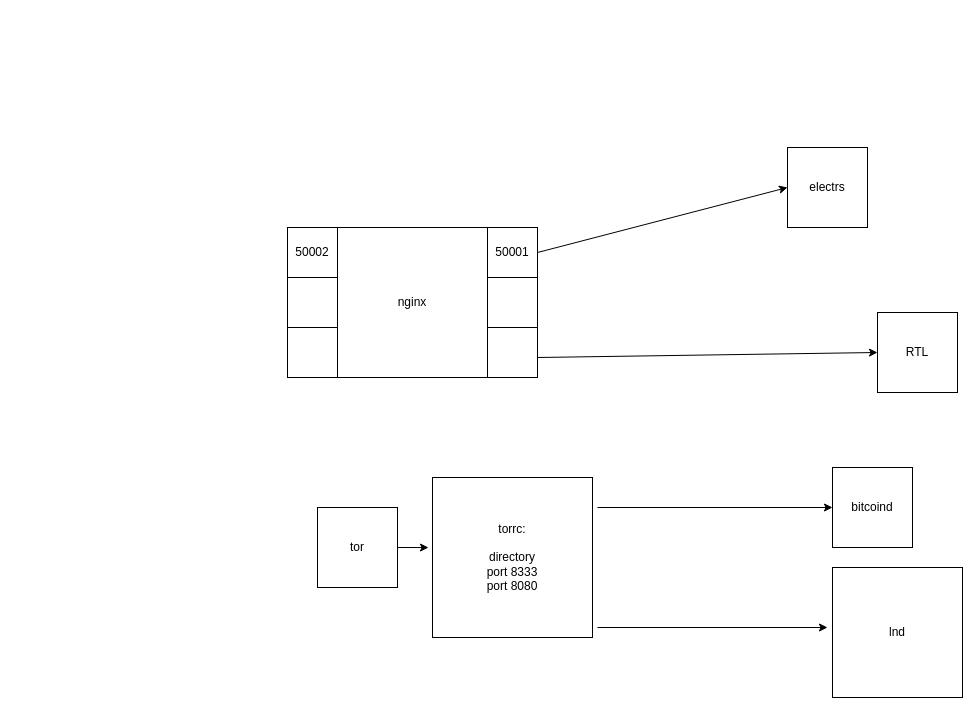
The draw.io diagram sch1/Diagramma senza titolo.drawio in Atzek74/schemi, before the edit. Source tidied: cells renumbered, new cells numbered last; positions are measured from the earlier drawing's top-left corner, leaving out a move shared by most shapes. Both pictures are drawn from the tidied source at 100%, with x=0, y=0 at pixel (287, 147).
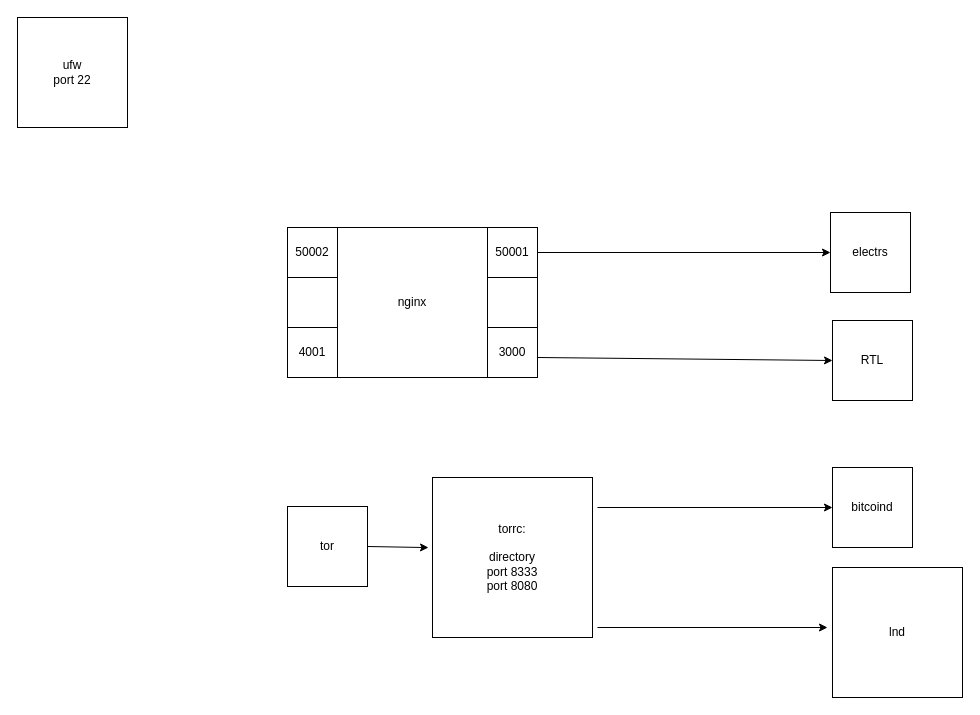
The same page after the edit.

The edit, as a diff of the source:
```diff
@@
     <mxCell id="4" value="tor" style="whiteSpace=wrap;html=1;" parent="1" vertex="1">
-      <mxGeometry x="30" y="360" width="80" height="80" as="geometry" />
+      <mxGeometry y="359" width="80" height="80" as="geometry" />
     </mxCell>
@@
-    <mxCell id="8" style="whiteSpace=wrap;html=1;" parent="1" vertex="1">
+    <mxCell id="8" value="3000" style="whiteSpace=wrap;html=1;" parent="1" vertex="1">
       <mxGeometry x="200" y="180" width="50" height="50" as="geometry" />
     </mxCell>
-    <mxCell id="9" style="whiteSpace=wrap;html=1;" parent="1" vertex="1">
+    <mxCell id="9" value="4001" style="whiteSpace=wrap;html=1;" parent="1" vertex="1">
       <mxGeometry y="180" width="50" height="50" as="geometry" />
     </mxCell>
@@
     <mxCell id="12" value="electrs" style="whiteSpace=wrap;html=1;" parent="1" vertex="1">
-      <mxGeometry x="500" width="80" height="80" as="geometry" />
+      <mxGeometry x="543" y="65" width="80" height="80" as="geometry" />
     </mxCell>
@@
     <mxCell id="14" value="RTL" style="whiteSpace=wrap;html=1;" parent="1" vertex="1">
-      <mxGeometry x="590" y="165" width="80" height="80" as="geometry" />
+      <mxGeometry x="545" y="173" width="80" height="80" as="geometry" />
     </mxCell>
@@
+    <mxCell id="20" value="ufw&lt;br&gt;port 22" style="whiteSpace=wrap;html=1;" parent="1" vertex="1">
+      <mxGeometry x="-270" y="-130" width="110" height="110" as="geometry" />
+    </mxCell>
```
